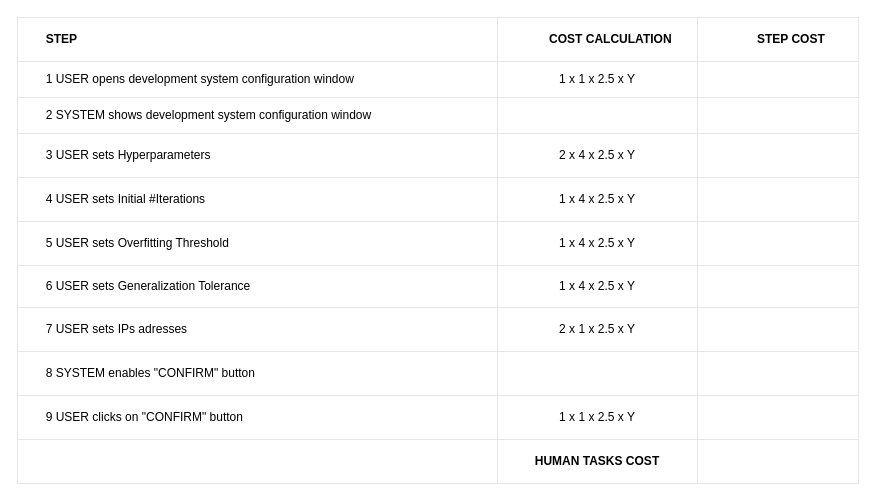
BaffoBello14/AutomaticDamagesRecognition keeps this draw.io diagram as configure/development system (BELLO)/development_system_table.drawio. Above is the earlier version. Source tidied: cells renumbered, new cells numbered last; positions are measured from the earlier drawing's top-left corner, leaving out a move shared by most shapes. Both pictures are drawn from the tidied source at 100%, with x=0, y=0 at pixel (17, 17).
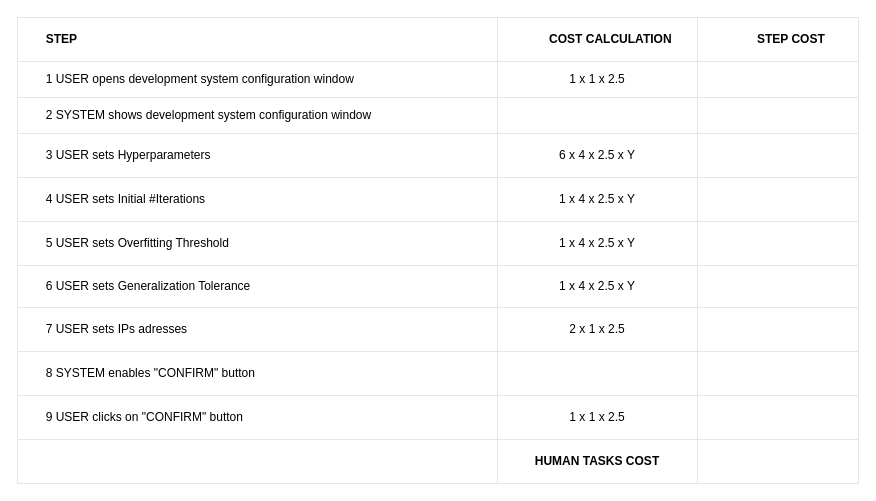
The same diagram, later.

Commit message:
da aggiungere il parametro dei casi

The change refers to these unchanged cells:
```xml
<mxCell id="7" style="shape=tableRow;horizontal=0;startSize=0;swimlaneHead=0;swimlaneBody=0;top=0;left=0;bottom=0;right=0;fontStyle=0;fillColor=none;strokeColor=inherit;align=center;" parent="2" vertex="1">
  <mxGeometry y="44" width="841" height="36" as="geometry" />
</mxCell>
<mxCell id="15" style="shape=tableRow;horizontal=0;startSize=0;swimlaneHead=0;swimlaneBody=0;top=0;left=0;bottom=0;right=0;fontStyle=0;fillColor=none;strokeColor=inherit;align=center;" parent="2" vertex="1">
  <mxGeometry y="116" width="841" height="44" as="geometry" />
</mxCell>
<mxCell id="31" style="shape=tableRow;horizontal=0;startSize=0;swimlaneHead=0;swimlaneBody=0;top=0;left=0;bottom=0;right=0;fontStyle=0;fillColor=none;strokeColor=inherit;align=center;" parent="2" vertex="1">
  <mxGeometry y="290" width="841" height="44" as="geometry" />
</mxCell>
<mxCell id="39" style="shape=tableRow;horizontal=0;startSize=0;swimlaneHead=0;swimlaneBody=0;top=0;left=0;bottom=0;right=0;fontStyle=0;fillColor=none;strokeColor=inherit;align=center;" parent="2" vertex="1">
  <mxGeometry y="378" width="841" height="44" as="geometry" />
</mxCell>
```

Change to the diagram source:
```diff
@@
-    <mxCell id="9" value="1 x 1 x 2.5 x Y" style="strokeColor=inherit;fillColor=none;align=center;whiteSpace=wrap;html=1;" parent="7" vertex="1">
+    <mxCell id="9" value="1 x 1 x 2.5" style="strokeColor=inherit;fillColor=none;align=center;whiteSpace=wrap;html=1;" parent="7" vertex="1">
       <mxGeometry x="480" width="200" height="36" as="geometry" />
     </mxCell>
@@
-    <mxCell id="17" value="2 x 4 x 2.5 x Y" style="strokeColor=inherit;fillColor=none;align=center;whiteSpace=wrap;html=1;" parent="15" vertex="1">
+    <mxCell id="17" value="6 x 4 x 2.5 x Y" style="strokeColor=inherit;fillColor=none;align=center;whiteSpace=wrap;html=1;" parent="15" vertex="1">
       <mxGeometry x="480" width="200" height="44" as="geometry" />
     </mxCell>
@@
-    <mxCell id="33" value="2 x 1 x 2.5 x Y" style="strokeColor=inherit;fillColor=none;align=center;whiteSpace=wrap;html=1;" parent="31" vertex="1">
+    <mxCell id="33" value="2 x 1 x 2.5" style="strokeColor=inherit;fillColor=none;align=center;whiteSpace=wrap;html=1;" parent="31" vertex="1">
       <mxGeometry x="480" width="200" height="44" as="geometry" />
     </mxCell>
@@
-    <mxCell id="41" value="1 x 1 x 2.5 x Y" style="strokeColor=inherit;fillColor=none;align=center;whiteSpace=wrap;html=1;" parent="39" vertex="1">
+    <mxCell id="41" value="1 x 1 x 2.5" style="strokeColor=inherit;fillColor=none;align=center;whiteSpace=wrap;html=1;" parent="39" vertex="1">
       <mxGeometry x="480" width="200" height="44" as="geometry" />
     </mxCell>
```
